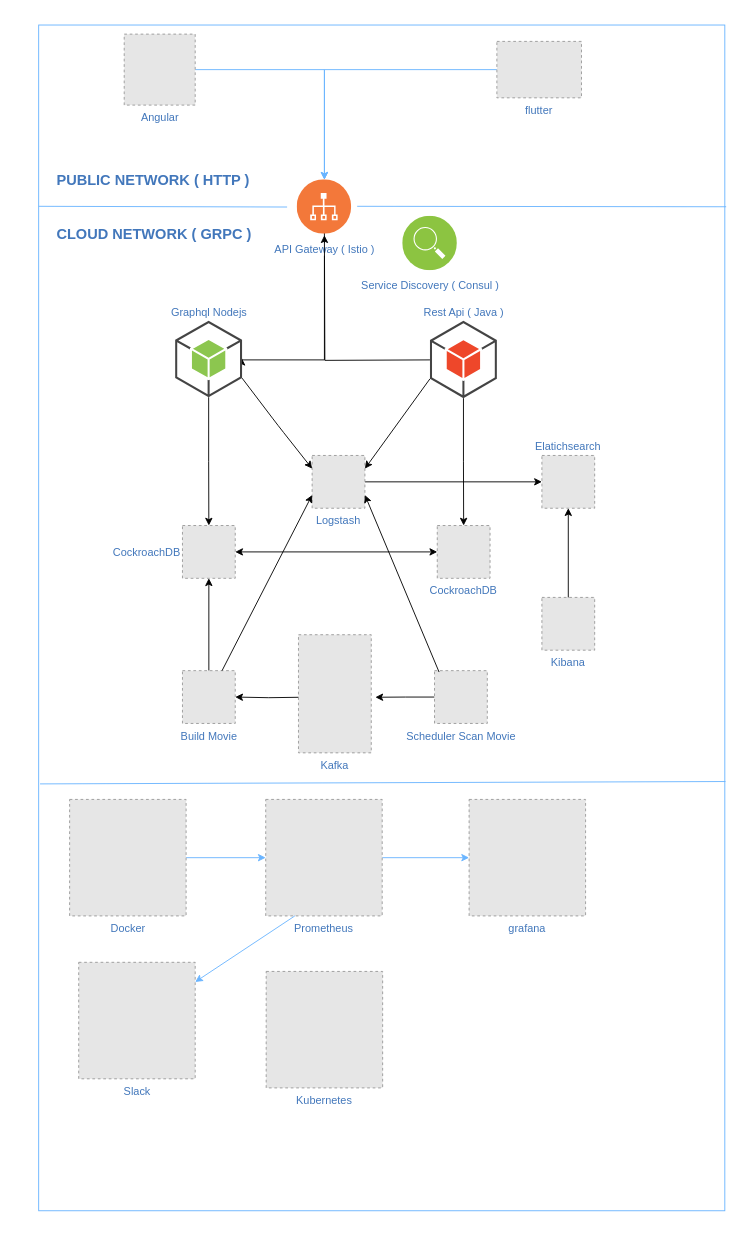
Earlier version of the draw.io diagram architecture.drawio (duongvanha/microservice). Source tidied: cells renumbered, new cells numbered last; positions are measured from the earlier drawing's top-left corner, leaving out a move shared by most shapes. Both pictures are drawn from the tidied source at 91%, with x=0, y=0 at pixel (38, 25). Pictures stored in the file or linked from it are replaced by grey dashed boxes.
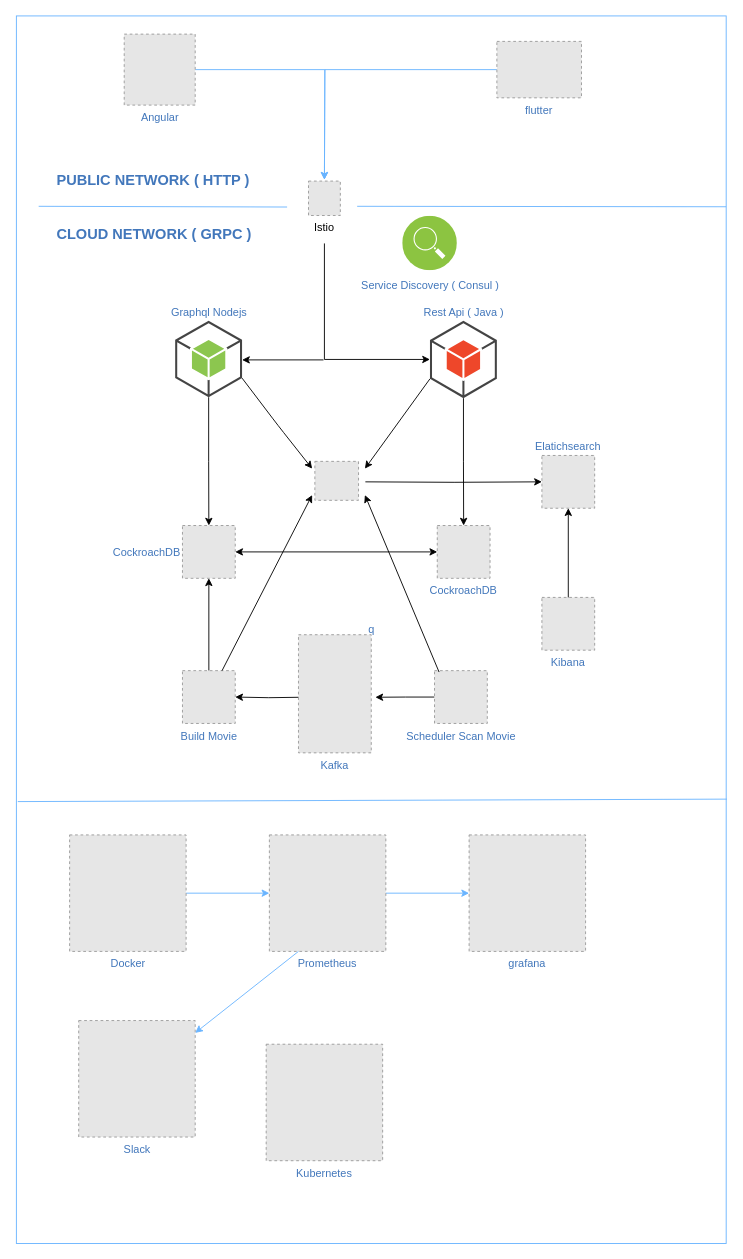
Above is the later version.

Unchanged cells that the change refers to:
```xml
<mxCell id="6" value="Rest Api ( Java )" style="outlineConnect=0;dashed=0;verticalLabelPosition=top;verticalAlign=bottom;align=center;html=1;shape=mxgraph.aws3.android;fillColor=#EE472A;gradientColor=none;labelPosition=center;fontColor=#4277BB;" parent="1" vertex="1">
  <mxGeometry x="430" y="325" width="73.5" height="85" as="geometry" />
</mxCell>
<mxCell id="8" value="Graphql Nodejs" style="outlineConnect=0;dashed=0;verticalLabelPosition=top;verticalAlign=bottom;align=center;html=1;shape=mxgraph.aws3.android;fillColor=#8CC64F;gradientColor=none;labelPosition=center;fontColor=#4277BB;" parent="1" vertex="1">
  <mxGeometry x="150" y="325" width="73.5" height="84" as="geometry" />
</mxCell>
<mxCell id="12" value="Scheduler Scan Movie" style="fillColor=#E6E6E6;strokeColor=#999999;dashed=1;html=1;verticalAlign=top;verticalLabelPosition=bottom;labelBackgroundColor=#ffffff;fontColor=#4277BB;" parent="1" vertex="1">
  <mxGeometry x="435" y="709.5" width="58" height="58" as="geometry" />
</mxCell>
<mxCell id="14" value="Build Movie" style="fillColor=#E6E6E6;strokeColor=#999999;dashed=1;html=1;verticalAlign=top;verticalLabelPosition=bottom;labelBackgroundColor=#ffffff;fontColor=#4277BB;" parent="1" vertex="1">
  <mxGeometry x="158" y="709.5" width="58" height="58" as="geometry" />
</mxCell>
<mxCell id="23" value="Elatichsearch" style="fillColor=#E6E6E6;strokeColor=#999999;dashed=1;verticalLabelPosition=top;verticalAlign=bottom;labelPosition=center;align=center;fontColor=#4277BB;" parent="1" vertex="1">
  <mxGeometry x="553" y="473" width="58" height="58" as="geometry" />
</mxCell>
<mxCell id="42" value="flutter" style="fillColor=#E6E6E6;strokeColor=#999999;dashed=1;verticalLabelPosition=bottom;verticalAlign=top;fontColor=#4277BB;" parent="1" vertex="1">
  <mxGeometry x="503.5" y="18" width="93" height="62" as="geometry" />
</mxCell>
<mxCell id="44" value="Angular" style="fillColor=#E6E6E6;strokeColor=#999999;dashed=1;html=1;verticalAlign=top;verticalLabelPosition=bottom;labelBackgroundColor=#ffffff;fontColor=#4277BB;" parent="1" vertex="1">
  <mxGeometry x="94" y="10" width="78" height="78" as="geometry" />
</mxCell>
```

Diff of the diagram source:
```diff
@@
-    <mxCell id="2" style="edgeStyle=orthogonalEdgeStyle;rounded=0;orthogonalLoop=1;jettySize=auto;html=1;entryX=1;entryY=0.5;entryDx=0;entryDy=0;entryPerimeter=0;fontColor=#4277BB;" parent="1" edge="1">
-      <mxGeometry relative="1" as="geometry">
-        <mxPoint x="314" y="216" as="sourcePoint" />
-        <mxPoint x="223" y="365.7" as="targetPoint" />
-        <Array as="points">
-          <mxPoint x="314" y="368" />
-        </Array>
-      </mxGeometry>
-    </mxCell>
-    <mxCell id="3" value="API Gateway ( Istio )" style="perimeter=ellipsePerimeter;html=1;align=center;shadow=0;dashed=0;fontColor=#4277BB;labelBackgroundColor=#ffffff;fontSize=12;spacingTop=3;image;image=img/lib/ibm/devops/release_management.svg;" parent="1" vertex="1">
-      <mxGeometry x="284" y="170" width="60" height="60" as="geometry" />
-    </mxCell>
-    <mxCell id="4" style="edgeStyle=orthogonalEdgeStyle;rounded=0;orthogonalLoop=1;jettySize=auto;html=1;fontColor=#4277BB;" parent="1" edge="1">
-      <mxGeometry relative="1" as="geometry">
-        <mxPoint x="430" y="368" as="sourcePoint" />
-        <mxPoint x="314" y="231" as="targetPoint" />
-      </mxGeometry>
-    </mxCell>
@@
-    <mxCell id="17" style="edgeStyle=orthogonalEdgeStyle;rounded=0;jettySize=auto;html=1;exitX=1;exitY=0.5;exitDx=0;exitDy=0;fontColor=#4277BB;" parent="1" edge="1" source="18" target="23">
-      <mxGeometry relative="1" as="geometry" />
+    <mxCell id="17" style="edgeStyle=orthogonalEdgeStyle;rounded=0;jettySize=auto;html=1;exitX=1;exitY=0.5;exitDx=0;exitDy=0;fontColor=#4277BB;" parent="1" edge="1" target="23">
+      <mxGeometry relative="1" as="geometry">
+        <mxPoint x="359" y="502" as="sourcePoint" />
+      </mxGeometry>
     </mxCell>
-    <mxCell id="18" value="Logstash&#10;" style="fillColor=#E6E6E6;strokeColor=#999999;dashed=1;verticalLabelPosition=bottom;verticalAlign=top;fontColor=#4277BB;" parent="1" vertex="1">
-      <mxGeometry x="300.5" y="473" width="58" height="58" as="geometry" />
-    </mxCell>
-    <mxCell id="19" style="endArrow=classic;html=1;exitX=1;exitY=0.75;exitDx=0;exitDy=0;exitPerimeter=0;entryX=0;entryY=0.25;entryDx=0;entryDy=0;fontColor=#4277BB;" parent="1" edge="1" source="8" target="18">
+    <mxCell id="19" style="endArrow=classic;html=1;exitX=1;exitY=0.75;exitDx=0;exitDy=0;exitPerimeter=0;entryX=0;entryY=0.25;entryDx=0;entryDy=0;fontColor=#4277BB;" parent="1" edge="1" source="8">
       <mxGeometry relative="1" as="geometry">
+        <mxPoint x="300.5" y="487.5" as="targetPoint" />
         <Array as="points">
           <mxPoint x="263" y="440" />
         </Array>
       </mxGeometry>
     </mxCell>
-    <mxCell id="20" style="endArrow=classic;html=1;exitX=0;exitY=0.75;exitDx=0;exitDy=0;exitPerimeter=0;entryX=1;entryY=0.25;entryDx=0;entryDy=0;fontColor=#4277BB;" parent="1" edge="1" source="6" target="18">
-      <mxGeometry relative="1" as="geometry" />
+    <mxCell id="20" style="endArrow=classic;html=1;exitX=0;exitY=0.75;exitDx=0;exitDy=0;exitPerimeter=0;entryX=1;entryY=0.25;entryDx=0;entryDy=0;fontColor=#4277BB;" parent="1" edge="1" source="6">
+      <mxGeometry relative="1" as="geometry">
+        <mxPoint x="358.5" y="487.5" as="targetPoint" />
+      </mxGeometry>
     </mxCell>
-    <mxCell id="21" style="endArrow=classic;html=1;exitX=0.75;exitY=0;exitDx=0;exitDy=0;entryX=0;entryY=0.75;entryDx=0;entryDy=0;fontColor=#4277BB;" parent="1" edge="1" source="14" target="18">
-      <mxGeometry relative="1" as="geometry" />
+    <mxCell id="21" style="endArrow=classic;html=1;exitX=0.75;exitY=0;exitDx=0;exitDy=0;entryX=0;entryY=0.75;entryDx=0;entryDy=0;fontColor=#4277BB;" parent="1" edge="1" source="14">
+      <mxGeometry relative="1" as="geometry">
+        <mxPoint x="300.5" y="516.5" as="targetPoint" />
+      </mxGeometry>
     </mxCell>
-    <mxCell id="22" style="endArrow=classic;html=1;exitX=0.086;exitY=0.026;exitDx=0;exitDy=0;exitPerimeter=0;entryX=1;entryY=0.75;entryDx=0;entryDy=0;fontColor=#4277BB;" parent="1" edge="1" source="12" target="18">
-      <mxGeometry relative="1" as="geometry" />
+    <mxCell id="22" style="endArrow=classic;html=1;exitX=0.086;exitY=0.026;exitDx=0;exitDy=0;exitPerimeter=0;entryX=1;entryY=0.75;entryDx=0;entryDy=0;fontColor=#4277BB;" parent="1" edge="1" source="12">
+      <mxGeometry relative="1" as="geometry">
+        <mxPoint x="358.5" y="516.5" as="targetPoint" />
+      </mxGeometry>
     </mxCell>
@@
-    <mxCell id="27" style="rounded=0;whiteSpace=wrap;html=1;fillColor=none;strokeColor=#69B4FF;direction=east;fontColor=#4277BB;" parent="1" vertex="1">
-      <mxGeometry width="754" height="1303" as="geometry" />
+    <mxCell id="27" value="q" style="rounded=0;whiteSpace=wrap;html=1;fillColor=none;strokeColor=#69B4FF;direction=east;fontColor=#4277BB;" parent="1" vertex="1">
+      <mxGeometry x="-24.5" y="-10" width="780" height="1349" as="geometry" />
     </mxCell>
@@
     <mxCell id="33" value="Docker" style="fillColor=#E6E6E6;strokeColor=#999999;dashed=1;html=1;verticalAlign=top;verticalLabelPosition=bottom;labelBackgroundColor=#ffffff;fontColor=#4277BB;" parent="1" vertex="1">
-      <mxGeometry x="34" y="851" width="128" height="128" as="geometry" />
+      <mxGeometry x="34" y="890" width="128" height="128" as="geometry" />
     </mxCell>
@@
     <mxCell id="35" value="Prometheus" style="fillColor=#E6E6E6;strokeColor=#999999;dashed=1;verticalLabelPosition=bottom;verticalAlign=top;fontColor=#4277BB;" parent="1" vertex="1">
-      <mxGeometry x="249.5" y="851" width="128" height="128" as="geometry" />
+      <mxGeometry x="253.5" y="890" width="128" height="128" as="geometry" />
     </mxCell>
     <mxCell id="36" value="grafana" style="fillColor=#E6E6E6;strokeColor=#999999;dashed=1;verticalLabelPosition=bottom;verticalAlign=top;fontColor=#4277BB;" parent="1" vertex="1">
-      <mxGeometry x="473" y="851" width="128" height="128" as="geometry" />
+      <mxGeometry x="473" y="890" width="128" height="128" as="geometry" />
     </mxCell>
@@
     <mxCell id="38" value="Slack" style="fillColor=#E6E6E6;strokeColor=#999999;dashed=1;html=1;verticalAlign=top;verticalLabelPosition=bottom;labelBackgroundColor=#ffffff;fontColor=#4277BB;" parent="1" vertex="1">
-      <mxGeometry x="44" y="1030" width="128" height="128" as="geometry" />
+      <mxGeometry x="44" y="1094" width="128" height="128" as="geometry" />
     </mxCell>
@@
     <mxCell id="40" value="Kubernetes" style="fillColor=#E6E6E6;strokeColor=#999999;dashed=1;verticalLabelPosition=bottom;verticalAlign=top;fontColor=#4277BB;" parent="1" vertex="1">
-      <mxGeometry x="250" y="1040" width="128" height="128" as="geometry" />
+      <mxGeometry x="250" y="1120" width="128" height="128" as="geometry" />
     </mxCell>
-    <mxCell id="41" style="edgeStyle=orthogonalEdgeStyle;rounded=0;jettySize=auto;html=1;strokeColor=#69B4FF;fontColor=#4277BB;" parent="1" edge="1" source="42" target="3">
-      <mxGeometry relative="1" as="geometry" />
+    <mxCell id="41" style="edgeStyle=orthogonalEdgeStyle;rounded=0;jettySize=auto;html=1;strokeColor=#69B4FF;fontColor=#4277BB;" parent="1" edge="1" source="42">
+      <mxGeometry relative="1" as="geometry">
+        <mxPoint x="314" y="170" as="targetPoint" />
+      </mxGeometry>
     </mxCell>
@@
-    <mxCell id="43" style="edgeStyle=orthogonalEdgeStyle;rounded=0;jettySize=auto;html=1;entryX=0.5;entryY=0;entryDx=0;entryDy=0;strokeColor=#69B4FF;fontColor=#4277BB;" parent="1" edge="1" source="44" target="3">
-      <mxGeometry relative="1" as="geometry" />
+    <mxCell id="43" style="edgeStyle=orthogonalEdgeStyle;rounded=0;jettySize=auto;html=1;entryX=0.5;entryY=0;entryDx=0;entryDy=0;strokeColor=#69B4FF;fontColor=#4277BB;" parent="1" edge="1" source="44">
+      <mxGeometry relative="1" as="geometry">
+        <mxPoint x="314" y="170" as="targetPoint" />
+      </mxGeometry>
     </mxCell>
@@
+    <mxCell id="46" style="fillColor=#E6E6E6;strokeColor=#999999;dashed=1;verticalLabelPosition=bottom;verticalAlign=top;" parent="1" vertex="1">
+      <mxGeometry x="303.5" y="479.5" width="48" height="42.8" as="geometry" />
+    </mxCell>
+    <mxCell id="47" style="edgeStyle=orthogonalEdgeStyle;rounded=0;jettySize=auto;html=1;entryX=0;entryY=0.5;entryDx=0;entryDy=0;entryPerimeter=0;" parent="1" edge="1" target="6">
+      <mxGeometry relative="1" as="geometry">
+        <mxPoint x="314" y="240" as="sourcePoint" />
+        <Array as="points">
+          <mxPoint x="314" y="368" />
+        </Array>
+      </mxGeometry>
+    </mxCell>
+    <mxCell id="48" value="Istio&#10;" style="fillColor=#E6E6E6;strokeColor=#999999;dashed=1;verticalLabelPosition=bottom;verticalAlign=top;" parent="1" vertex="1">
+      <mxGeometry x="296.5" y="171.5" width="35" height="37.8" as="geometry" />
+    </mxCell>
+    <mxCell id="49" style="endArrow=classic;html=1;entryX=1;entryY=0.5;entryDx=0;entryDy=0;entryPerimeter=0;" parent="1" edge="1">
+      <mxGeometry relative="1" as="geometry">
+        <mxPoint x="313" y="368" as="sourcePoint" />
+        <mxPoint x="223.5" y="368" as="targetPoint" />
+      </mxGeometry>
+    </mxCell>
```
